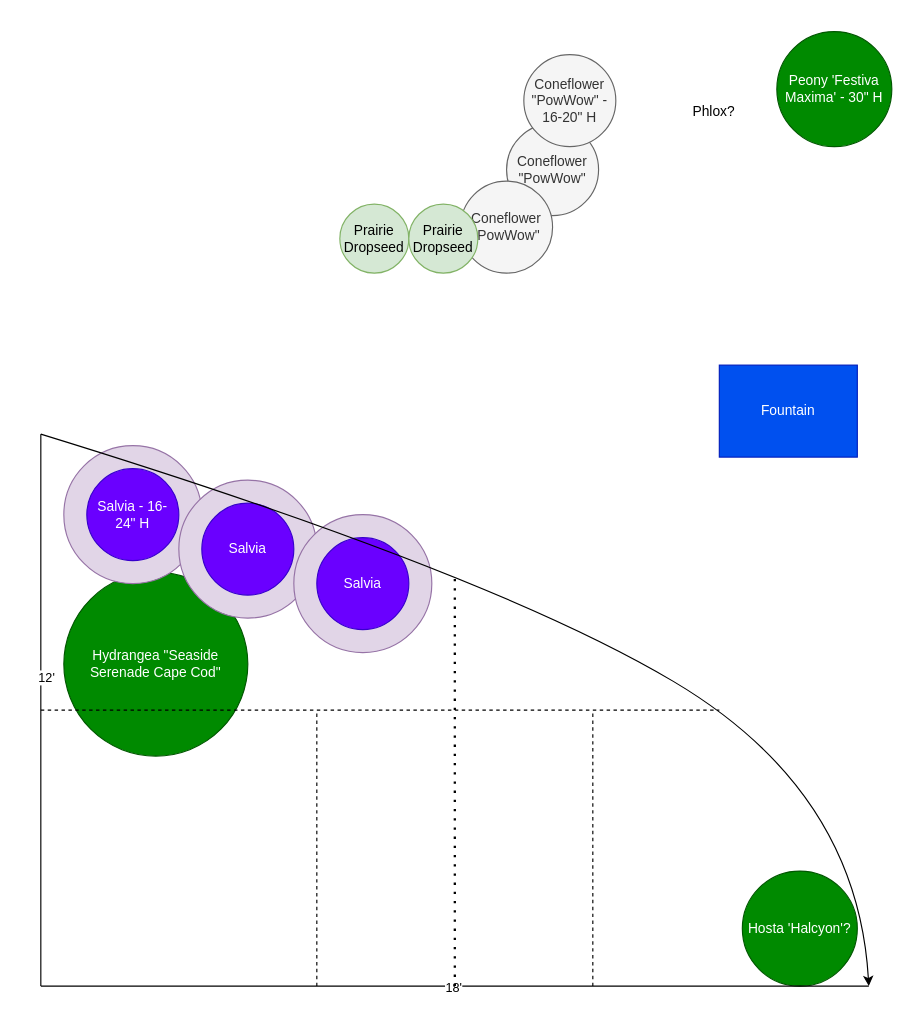
This is Garden Diagram.drawio from rguico/garden, a draw.io file, before an edit. Source tidied: cells renumbered, new cells numbered last; positions are measured from the earlier drawing's top-left corner, leaving out a move shared by most shapes. Both pictures are drawn from the tidied source at 115%, with x=0, y=0 at pixel (40, 31).
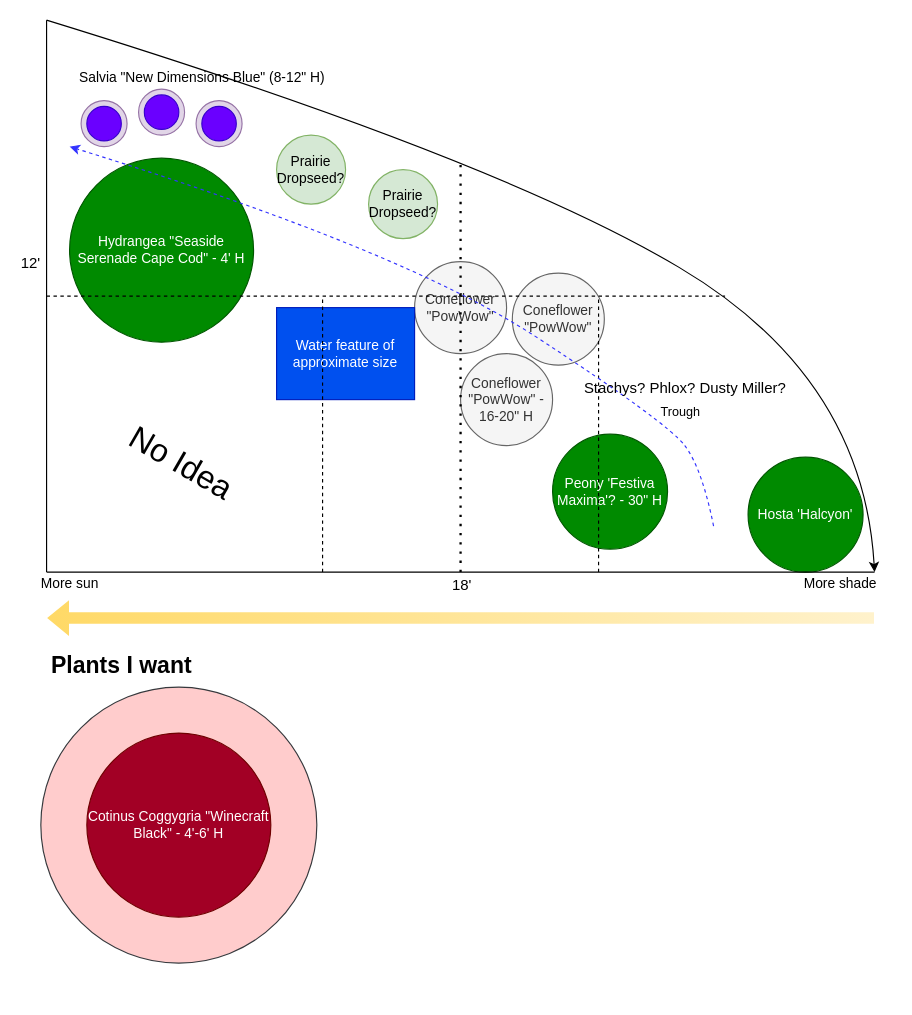
The same diagram, later.

What changed in the source:
```diff
@@
     <mxCell id="3" value="Coneflower &quot;PowWow&quot;" style="ellipse;whiteSpace=wrap;html=1;fillColor=#f5f5f5;strokeColor=#666666;fontColor=#333333;" parent="1" vertex="1">
-      <mxGeometry x="405" y="80" width="80" height="80" as="geometry" />
+      <mxGeometry x="410" y="210" width="80" height="80" as="geometry" />
     </mxCell>
     <mxCell id="4" value="Coneflower &quot;PowWow&quot;" style="ellipse;whiteSpace=wrap;html=1;fillColor=#f5f5f5;strokeColor=#666666;fontColor=#333333;" parent="1" vertex="1">
-      <mxGeometry x="365" y="130" width="80" height="80" as="geometry" />
+      <mxGeometry x="325" y="200" width="80" height="80" as="geometry" />
     </mxCell>
     <mxCell id="5" value="Coneflower &quot;PowWow&quot; - 16-20&quot; H" style="ellipse;whiteSpace=wrap;html=1;fillColor=#f5f5f5;strokeColor=#666666;fontColor=#333333;" parent="1" vertex="1">
-      <mxGeometry x="420" y="20" width="80" height="80" as="geometry" />
+      <mxGeometry x="365" y="280" width="80" height="80" as="geometry" />
     </mxCell>
-    <mxCell id="6" value="Hydrangea &quot;Seaside Serenade Cape Cod&quot;" style="ellipse;whiteSpace=wrap;html=1;fillColor=#008a00;strokeColor=#005700;fontColor=#ffffff;" parent="1" vertex="1">
-      <mxGeometry x="20" y="470" width="160" height="160" as="geometry" />
+    <mxCell id="6" value="Hydrangea &quot;Seaside Serenade Cape Cod&quot; - 4' H" style="ellipse;whiteSpace=wrap;html=1;fillColor=#008a00;strokeColor=#005700;fontColor=#ffffff;" parent="1" vertex="1">
+      <mxGeometry x="25" y="110" width="160" height="160" as="geometry" />
     </mxCell>
     <mxCell id="7" style="group;" parent="1" vertex="1">
-      <mxGeometry x="20" y="360" width="120" height="120" as="geometry" />
+      <mxGeometry x="35" y="60" width="40" height="40" as="geometry" />
     </mxCell>
     <mxCell id="8" style="ellipse;whiteSpace=wrap;html=1;fillColor=#e1d5e7;strokeColor=#9673a6;" parent="7" vertex="1">
-      <mxGeometry width="120" height="120" as="geometry" />
+      <mxGeometry width="40" height="40" as="geometry" />
     </mxCell>
-    <mxCell id="9" value="Salvia - 16-24&quot; H" style="ellipse;whiteSpace=wrap;html=1;strokeColor=#3700CC;fontColor=#ffffff;fillColor=#6a00ff;" parent="7" vertex="1">
-      <mxGeometry x="20" y="20" width="80" height="80" as="geometry" />
+    <mxCell id="9" style="ellipse;whiteSpace=wrap;html=1;strokeColor=#3700CC;fontColor=#ffffff;fillColor=#6a00ff;" parent="7" vertex="1">
+      <mxGeometry x="5" y="5" width="30" height="30" as="geometry" />
     </mxCell>
-    <mxCell id="10" style="group;" parent="1" vertex="1">
-      <mxGeometry x="120" y="390" width="120" height="120" as="geometry" />
-    </mxCell>
-    <mxCell id="11" style="ellipse;whiteSpace=wrap;html=1;fillColor=#e1d5e7;strokeColor=#9673a6;" parent="10" vertex="1">
-      <mxGeometry width="120" height="120" as="geometry" />
-    </mxCell>
-    <mxCell id="12" value="Salvia" style="ellipse;whiteSpace=wrap;html=1;strokeColor=#3700CC;fontColor=#ffffff;fillColor=#6a00ff;" parent="10" vertex="1">
-      <mxGeometry x="20" y="20" width="80" height="80" as="geometry" />
-    </mxCell>
-    <mxCell id="13" style="group;" parent="1" vertex="1">
-      <mxGeometry x="220" y="420" width="120" height="120" as="geometry" />
-    </mxCell>
-    <mxCell id="14" style="ellipse;whiteSpace=wrap;html=1;fillColor=#e1d5e7;strokeColor=#9673a6;" parent="13" vertex="1">
-      <mxGeometry width="120" height="120" as="geometry" />
-    </mxCell>
-    <mxCell id="15" value="Salvia" style="ellipse;whiteSpace=wrap;html=1;strokeColor=#3700CC;fontColor=#ffffff;fillColor=#6a00ff;" parent="13" vertex="1">
-      <mxGeometry x="20" y="20" width="80" height="80" as="geometry" />
-    </mxCell>
-    <mxCell id="16" value="Fountain" style="rounded=0;whiteSpace=wrap;html=1;fillColor=#0050ef;strokeColor=#001DBC;fontColor=#ffffff;" parent="1" vertex="1">
-      <mxGeometry x="590" y="290" width="120" height="80" as="geometry" />
+    <mxCell id="16" value="Water feature of approximate size" style="rounded=0;whiteSpace=wrap;html=1;fillColor=#0050ef;strokeColor=#001DBC;fontColor=#ffffff;" parent="1" vertex="1">
+      <mxGeometry x="205" y="240" width="120" height="80" as="geometry" />
     </mxCell>
-    <mxCell id="17" value="Hosta 'Halcyon'?" style="ellipse;whiteSpace=wrap;html=1;fillColor=#008a00;strokeColor=#005700;fontColor=#ffffff;" parent="1" vertex="1">
-      <mxGeometry x="610" y="730" width="100" height="100" as="geometry" />
+    <mxCell id="17" value="Hosta 'Halcyon'" style="ellipse;whiteSpace=wrap;html=1;fillColor=#008a00;strokeColor=#005700;fontColor=#ffffff;" parent="1" vertex="1">
+      <mxGeometry x="615" y="370" width="100" height="100" as="geometry" />
     </mxCell>
-    <mxCell id="18" value="Phlox?" style="text;html=1;align=center;verticalAlign=middle;strokeColor=none;" parent="1" vertex="1">
-      <mxGeometry x="560" y="60" width="50" height="20" as="geometry" />
-    </mxCell>
-    <mxCell id="19" value="Prairie Dropseed" style="ellipse;whiteSpace=wrap;html=1;fillColor=#d5e8d4;strokeColor=#82b366;" parent="1" vertex="1">
-      <mxGeometry x="260" y="150" width="60" height="60" as="geometry" />
+    <mxCell id="19" value="Prairie Dropseed?" style="ellipse;whiteSpace=wrap;html=1;fillColor=#d5e8d4;strokeColor=#82b366;" parent="1" vertex="1">
+      <mxGeometry x="285" y="120" width="60" height="60" as="geometry" />
     </mxCell>
-    <mxCell id="20" value="Prairie Dropseed" style="ellipse;whiteSpace=wrap;html=1;fillColor=#d5e8d4;strokeColor=#82b366;" parent="1" vertex="1">
-      <mxGeometry x="320" y="150" width="60" height="60" as="geometry" />
+    <mxCell id="20" value="Prairie Dropseed?" style="ellipse;whiteSpace=wrap;html=1;fillColor=#d5e8d4;strokeColor=#82b366;" parent="1" vertex="1">
+      <mxGeometry x="205" y="90" width="60" height="60" as="geometry" />
     </mxCell>
-    <mxCell id="21" value="Peony 'Festiva Maxima' - 30&quot; H" style="ellipse;whiteSpace=wrap;html=1;fillColor=#008a00;strokeColor=#005700;fontColor=#ffffff;" parent="1" vertex="1">
-      <mxGeometry x="640" width="100" height="100" as="geometry" />
+    <mxCell id="21" value="Peony 'Festiva Maxima'?&amp;nbsp;- 30&quot; H" style="ellipse;whiteSpace=wrap;html=1;fillColor=#008a00;strokeColor=#005700;fontColor=#ffffff;" parent="1" vertex="1">
+      <mxGeometry x="445" y="350" width="100" height="100" as="geometry" />
     </mxCell>
     <mxCell id="22" style="endArrow=none;html=1;dashed=1;" parent="1" edge="1">
       <mxGeometry relative="1" as="geometry">
-        <mxPoint x="240" y="830" as="sourcePoint" />
-        <mxPoint x="240" y="590" as="targetPoint" />
+        <mxPoint x="245" y="470" as="sourcePoint" />
+        <mxPoint x="245" y="230" as="targetPoint" />
       </mxGeometry>
     </mxCell>
     <mxCell id="23" style="endArrow=none;html=1;" parent="1" edge="1">
-      <mxGeometry x="40" y="600" as="geometry">
-        <mxPoint y="830" as="sourcePoint" />
-        <mxPoint y="350" as="targetPoint" />
+      <mxGeometry x="45" y="240" as="geometry">
+        <mxPoint x="5" y="470" as="sourcePoint" />
+        <mxPoint x="5" y="-10" as="targetPoint" />
       </mxGeometry>
     </mxCell>
-    <mxCell id="24" value="12'" style="edgeLabel;html=1;align=center;verticalAlign=middle;" parent="23" vertex="1">
+    <mxCell id="24" value="12'" style="edgeLabel;html=1;align=center;verticalAlign=middle;fontSize=13;" parent="23" vertex="1">
       <mxGeometry relative="1" as="geometry">
-        <mxPoint x="4" y="-29" as="offset" />
+        <mxPoint x="-15" y="-30" as="offset" />
       </mxGeometry>
     </mxCell>
     <mxCell id="25" style="endArrow=none;html=1;" parent="1" edge="1">
-      <mxGeometry x="40" y="600" as="geometry">
-        <mxPoint y="830" as="sourcePoint" />
-        <mxPoint x="720" y="830" as="targetPoint" />
+      <mxGeometry x="45" y="240" as="geometry">
+        <mxPoint x="5" y="470" as="sourcePoint" />
+        <mxPoint x="725" y="470" as="targetPoint" />
       </mxGeometry>
     </mxCell>
-    <mxCell id="26" value="18'" style="edgeLabel;html=1;align=center;verticalAlign=middle;" parent="25" vertex="1">
+    <mxCell id="26" value="18'" style="edgeLabel;html=1;align=center;verticalAlign=middle;fontSize=13;" parent="25" vertex="1">
       <mxGeometry relative="1" as="geometry">
-        <mxPoint x="-2" y="1" as="offset" />
+        <mxPoint y="10" as="offset" />
       </mxGeometry>
     </mxCell>
     <mxCell id="27" style="curved=1;endArrow=classic;html=1;" parent="1" edge="1">
-      <mxGeometry x="40" y="600" as="geometry">
-        <mxPoint y="350" as="sourcePoint" />
-        <mxPoint x="720" y="830" as="targetPoint" />
+      <mxGeometry x="45" y="240" as="geometry">
+        <mxPoint x="5" y="-10" as="sourcePoint" />
+        <mxPoint x="725" y="470" as="targetPoint" />
         <Array as="points">
-          <mxPoint x="390" y="470" />
-          <mxPoint x="710" y="660" />
+          <mxPoint x="395" y="110" />
+          <mxPoint x="715" y="300" />
         </Array>
       </mxGeometry>
     </mxCell>
     <mxCell id="28" style="endArrow=none;html=1;dashed=1;" parent="1" edge="1">
       <mxGeometry relative="1" as="geometry">
-        <mxPoint x="480" y="830" as="sourcePoint" />
-        <mxPoint x="480" y="590" as="targetPoint" />
+        <mxPoint x="485" y="470" as="sourcePoint" />
+        <mxPoint x="485" y="230" as="targetPoint" />
       </mxGeometry>
     </mxCell>
     <mxCell id="29" style="endArrow=none;dashed=1;html=1;strokeWidth=1;" parent="1" edge="1">
       <mxGeometry relative="1" as="geometry">
-        <mxPoint y="590" as="sourcePoint" />
-        <mxPoint x="590" y="590" as="targetPoint" />
+        <mxPoint x="5" y="230" as="sourcePoint" />
+        <mxPoint x="595" y="230" as="targetPoint" />
       </mxGeometry>
     </mxCell>
     <mxCell id="30" style="endArrow=none;dashed=1;html=1;dashPattern=1 3;strokeWidth=2;" parent="1" edge="1">
       <mxGeometry relative="1" as="geometry">
-        <mxPoint x="360" y="830" as="sourcePoint" />
-        <mxPoint x="360" y="470" as="targetPoint" />
+        <mxPoint x="365" y="470" as="sourcePoint" />
+        <mxPoint x="365" y="110" as="targetPoint" />
       </mxGeometry>
     </mxCell>
+    <mxCell id="31" style="group;" parent="1" vertex="1">
+      <mxGeometry x="85" y="50" width="40" height="40" as="geometry" />
+    </mxCell>
+    <mxCell id="32" style="ellipse;whiteSpace=wrap;html=1;fillColor=#e1d5e7;strokeColor=#9673a6;" parent="31" vertex="1">
+      <mxGeometry width="40" height="40" as="geometry" />
+    </mxCell>
+    <mxCell id="33" style="ellipse;whiteSpace=wrap;html=1;strokeColor=#3700CC;fontColor=#ffffff;fillColor=#6a00ff;" parent="31" vertex="1">
+      <mxGeometry x="5" y="5" width="30" height="30" as="geometry" />
+    </mxCell>
+    <mxCell id="34" style="group;" parent="1" vertex="1">
+      <mxGeometry x="135" y="60" width="40" height="40" as="geometry" />
+    </mxCell>
+    <mxCell id="35" style="ellipse;whiteSpace=wrap;html=1;fillColor=#e1d5e7;strokeColor=#9673a6;" parent="34" vertex="1">
+      <mxGeometry width="40" height="40" as="geometry" />
+    </mxCell>
+    <mxCell id="36" style="ellipse;whiteSpace=wrap;html=1;strokeColor=#3700CC;fontColor=#ffffff;fillColor=#6a00ff;" parent="34" vertex="1">
+      <mxGeometry x="5" y="5" width="30" height="30" as="geometry" />
+    </mxCell>
+    <mxCell id="37" value="Salvia &quot;New Dimensions Blue&quot; (8-12&quot; H)" style="text;html=1;align=center;verticalAlign=middle;strokeColor=none;" parent="1" vertex="1">
+      <mxGeometry x="25" y="30" width="230" height="20" as="geometry" />
+    </mxCell>
+    <mxCell id="38" style="curved=1;endArrow=classic;html=1;dashed=1;strokeWidth=1;strokeColor=#3333FF;" parent="1" edge="1">
+      <mxGeometry relative="1" as="geometry">
+        <mxPoint x="585" y="430" as="sourcePoint" />
+        <mxPoint x="25" y="100" as="targetPoint" />
+        <Array as="points">
+          <mxPoint x="575" y="380" />
+          <mxPoint x="545" y="340" />
+          <mxPoint x="315" y="190" />
+        </Array>
+      </mxGeometry>
+    </mxCell>
+    <mxCell id="39" value="Trough" style="edgeLabel;html=1;align=center;verticalAlign=middle;fontColor=#000000;" parent="38" vertex="1">
+      <mxGeometry x="-0.64" relative="1" as="geometry">
+        <mxPoint x="28" y="2" as="offset" />
+      </mxGeometry>
+    </mxCell>
+    <mxCell id="40" style="group;" parent="1" vertex="1">
+      <mxGeometry y="570" width="240" height="240" as="geometry" />
+    </mxCell>
+    <mxCell id="41" style="ellipse;whiteSpace=wrap;html=1;fillColor=#ffcccc;strokeColor=#36393d;" parent="40" vertex="1">
+      <mxGeometry width="240" height="240" as="geometry" />
+    </mxCell>
+    <mxCell id="42" value="Cotinus Coggygria &quot;Winecraft Black&quot; - 4'-6' H" style="ellipse;whiteSpace=wrap;html=1;fillColor=#a20025;strokeColor=#6F0000;fontColor=#ffffff;" parent="40" vertex="1">
+      <mxGeometry x="40" y="40" width="160" height="160" as="geometry" />
+    </mxCell>
+    <mxCell id="43" style="shape=flexArrow;endArrow=classic;html=1;dashed=1;fontColor=#000000;strokeWidth=1;gradientColor=#ffd966;fillColor=#fff2cc;gradientDirection=west;strokeColor=none;" parent="1" edge="1">
+      <mxGeometry relative="1" as="geometry">
+        <mxPoint x="725" y="510" as="sourcePoint" />
+        <mxPoint x="5" y="510" as="targetPoint" />
+      </mxGeometry>
+    </mxCell>
+    <mxCell id="44" value="More sun" style="text;html=1;align=center;verticalAlign=middle;strokeColor=none;fontColor=#000000;" parent="1" vertex="1">
+      <mxGeometry x="-10" y="470" width="70" height="20" as="geometry" />
+    </mxCell>
+    <mxCell id="45" value="More shade" style="text;html=1;align=center;verticalAlign=middle;strokeColor=none;fontColor=#000000;" parent="1" vertex="1">
+      <mxGeometry x="655" y="470" width="80" height="20" as="geometry" />
+    </mxCell>
+    <mxCell id="46" value="Plants I want" style="text;html=1;align=center;verticalAlign=middle;strokeColor=none;fontColor=#000000;fontStyle=1;fontSize=20;" parent="1" vertex="1">
+      <mxGeometry y="535" width="140" height="30" as="geometry" />
+    </mxCell>
+    <mxCell id="47" value="No Idea" style="text;html=1;strokeColor=none;fillColor=none;align=center;verticalAlign=middle;whiteSpace=wrap;rounded=0;fontColor=#000000;rotation=30;fontSize=28;" parent="1" vertex="1">
+      <mxGeometry x="60" y="360" width="125" height="30" as="geometry" />
+    </mxCell>
+    <mxCell id="48" value="Stachys? Phlox? Dusty Miller?" style="text;html=1;align=center;verticalAlign=middle;strokeColor=none;fontSize=13;fontColor=#000000;" parent="1" vertex="1">
+      <mxGeometry x="465" y="300" width="190" height="20" as="geometry" />
+    </mxCell>
```
